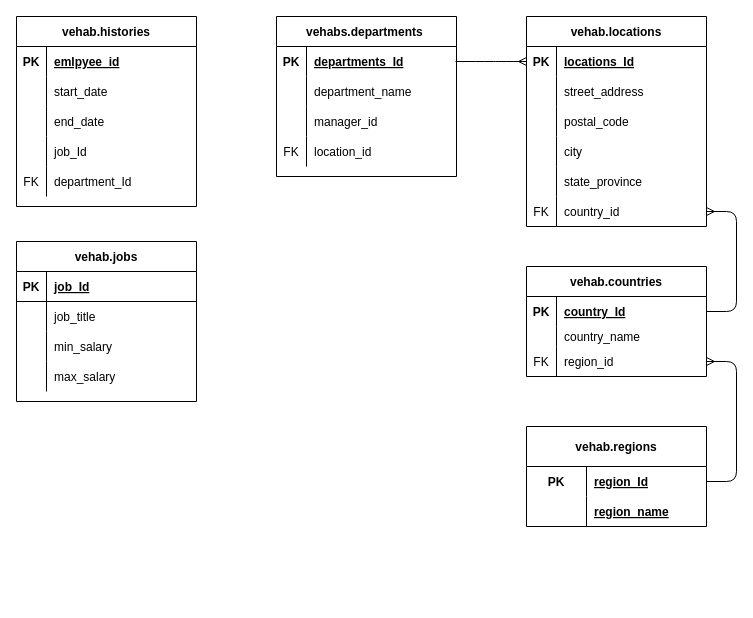
This is HT_ERD.drawio from VehabK/a07_erds, a draw.io file, before an edit. Source tidied: cells renumbered, new cells numbered last; positions are measured from the earlier drawing's top-left corner, leaving out a move shared by most shapes. Both pictures are drawn from the tidied source at 100%, with x=0, y=0 at pixel (16, 16).
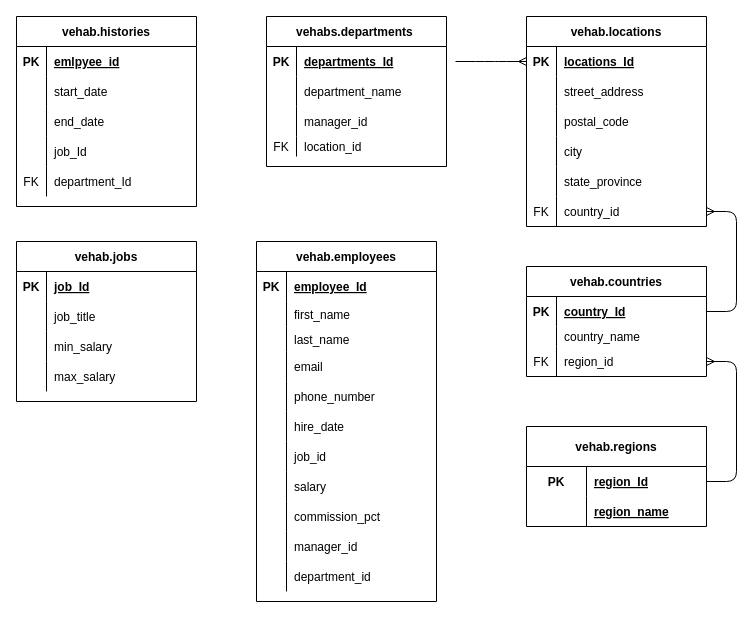
The same diagram, later.

Commit message:
added employees table

The change refers to these unchanged cells:
```xml
<mxCell id="70" value="vehab.jobs" style="shape=table;startSize=30;childLayout=tableLayout;rowLines=0;fontStyle=1;align=center;strokeColor=#000000;" parent="1" vertex="1">
  <mxGeometry y="225" width="180" height="160" as="geometry" />
</mxCell>
```

What changed in the source:
```diff
@@
     <mxCell id="40" value="vehabs.departments " style="shape=table;startSize=30;childLayout=tableLayout;rowLines=0;fontStyle=1;align=center;strokeColor=#000000;" parent="1" vertex="1">
-      <mxGeometry x="260" width="180" height="160" as="geometry" />
+      <mxGeometry x="250" width="180" height="150" as="geometry" />
     </mxCell>
@@
     <mxCell id="50" style="shape=partialRectangle;fillColor=none;top=0;left=0;bottom=0;right=0;" parent="40" vertex="1">
-      <mxGeometry y="120" width="180" height="30" as="geometry" />
+      <mxGeometry y="120" width="180" height="20" as="geometry" />
     </mxCell>
     <mxCell id="51" value="FK" style="shape=partialRectangle;fillColor=none;top=0;left=0;bottom=0;right=0;overflow=hidden;" parent="50" vertex="1">
-      <mxGeometry width="30" height="30" as="geometry" />
+      <mxGeometry width="30" height="20" as="geometry" />
     </mxCell>
     <mxCell id="52" value="location_id" style="shape=partialRectangle;fillColor=none;top=0;left=0;bottom=0;right=0;align=left;spacingLeft=6;overflow=hidden;" parent="50" vertex="1">
-      <mxGeometry x="30" width="150" height="30" as="geometry" />
+      <mxGeometry x="30" width="150" height="20" as="geometry" />
     </mxCell>
@@
-    <mxCell id="71" style="shape=partialRectangle;fillColor=none;top=0;left=0;bottom=1;right=0;" parent="70" vertex="1">
+    <mxCell id="71" style="shape=partialRectangle;fillColor=none;top=0;left=0;bottom=1;right=0;strokeColor=none;" parent="70" vertex="1">
       <mxGeometry y="30" width="180" height="30" as="geometry" />
     </mxCell>
@@
+    <mxCell id="83" value="vehab.employees" style="shape=table;startSize=30;childLayout=tableLayout;rowLines=0;fontStyle=1;align=center;strokeColor=#000000;" parent="1" vertex="1">
+      <mxGeometry x="240" y="225" width="180" height="360" as="geometry" />
+    </mxCell>
+    <mxCell id="84" style="shape=partialRectangle;fillColor=none;top=0;left=0;bottom=1;right=0;strokeColor=none;" parent="83" vertex="1">
+      <mxGeometry y="30" width="180" height="30" as="geometry" />
+    </mxCell>
+    <mxCell id="85" value="PK" style="shape=partialRectangle;fillColor=none;top=0;left=0;bottom=0;right=0;fontStyle=1;overflow=hidden;" parent="84" vertex="1">
+      <mxGeometry width="30" height="30" as="geometry" />
+    </mxCell>
+    <mxCell id="86" value="employee_Id" style="shape=partialRectangle;fillColor=none;top=0;left=0;bottom=0;right=0;align=left;spacingLeft=6;fontStyle=5;overflow=hidden;strokeColor=none;" parent="84" vertex="1">
+      <mxGeometry x="30" width="150" height="30" as="geometry" />
+    </mxCell>
+    <mxCell id="87" style="shape=partialRectangle;fillColor=none;top=0;left=0;bottom=0;right=0;" parent="83" vertex="1">
+      <mxGeometry y="60" width="180" height="25" as="geometry" />
+    </mxCell>
+    <mxCell id="88" style="shape=partialRectangle;fillColor=none;top=0;left=0;bottom=0;right=0;overflow=hidden;" parent="87" vertex="1">
+      <mxGeometry width="30" height="25" as="geometry" />
+    </mxCell>
+    <mxCell id="89" value="first_name" style="shape=partialRectangle;fillColor=none;top=0;left=0;bottom=0;right=0;align=left;spacingLeft=6;overflow=hidden;" parent="87" vertex="1">
+      <mxGeometry x="30" width="150" height="25" as="geometry" />
+    </mxCell>
+    <mxCell id="90" style="shape=partialRectangle;fillColor=none;top=0;left=0;bottom=0;right=0;" parent="83" vertex="1">
+      <mxGeometry y="85" width="180" height="25" as="geometry" />
+    </mxCell>
+    <mxCell id="91" style="shape=partialRectangle;fillColor=none;top=0;left=0;bottom=0;right=0;overflow=hidden;" parent="90" vertex="1">
+      <mxGeometry width="30" height="25" as="geometry" />
+    </mxCell>
+    <mxCell id="92" value="last_name" style="shape=partialRectangle;fillColor=none;top=0;left=0;bottom=0;right=0;align=left;spacingLeft=6;overflow=hidden;" parent="90" vertex="1">
+      <mxGeometry x="30" width="150" height="25" as="geometry" />
+    </mxCell>
+    <mxCell id="93" style="shape=partialRectangle;fillColor=none;top=0;left=0;bottom=0;right=0;" parent="83" vertex="1">
+      <mxGeometry y="110" width="180" height="30" as="geometry" />
+    </mxCell>
+    <mxCell id="94" style="shape=partialRectangle;fillColor=none;top=0;left=0;bottom=0;right=0;overflow=hidden;" parent="93" vertex="1">
+      <mxGeometry width="30" height="30" as="geometry" />
+    </mxCell>
+    <mxCell id="95" value="email" style="shape=partialRectangle;fillColor=none;top=0;left=0;bottom=0;right=0;align=left;spacingLeft=6;overflow=hidden;" parent="93" vertex="1">
+      <mxGeometry x="30" width="150" height="30" as="geometry" />
+    </mxCell>
+    <mxCell id="96" style="shape=partialRectangle;fillColor=none;top=0;left=0;bottom=0;right=0;" parent="83" vertex="1">
+      <mxGeometry y="140" width="180" height="30" as="geometry" />
+    </mxCell>
+    <mxCell id="97" style="shape=partialRectangle;fillColor=none;top=0;left=0;bottom=0;right=0;overflow=hidden;" parent="96" vertex="1">
+      <mxGeometry width="30" height="30" as="geometry" />
+    </mxCell>
+    <mxCell id="98" value="phone_number" style="shape=partialRectangle;fillColor=none;top=0;left=0;bottom=0;right=0;align=left;spacingLeft=6;overflow=hidden;" parent="96" vertex="1">
+      <mxGeometry x="30" width="150" height="30" as="geometry" />
+    </mxCell>
+    <mxCell id="99" style="shape=partialRectangle;fillColor=none;top=0;left=0;bottom=0;right=0;" parent="83" vertex="1">
+      <mxGeometry y="170" width="180" height="30" as="geometry" />
+    </mxCell>
+    <mxCell id="100" style="shape=partialRectangle;fillColor=none;top=0;left=0;bottom=0;right=0;overflow=hidden;" parent="99" vertex="1">
+      <mxGeometry width="30" height="30" as="geometry" />
+    </mxCell>
+    <mxCell id="101" value="hire_date" style="shape=partialRectangle;fillColor=none;top=0;left=0;bottom=0;right=0;align=left;spacingLeft=6;overflow=hidden;" parent="99" vertex="1">
+      <mxGeometry x="30" width="150" height="30" as="geometry" />
+    </mxCell>
+    <mxCell id="102" style="shape=partialRectangle;fillColor=none;top=0;left=0;bottom=0;right=0;" parent="83" vertex="1">
+      <mxGeometry y="200" width="180" height="30" as="geometry" />
+    </mxCell>
+    <mxCell id="103" style="shape=partialRectangle;fillColor=none;top=0;left=0;bottom=0;right=0;overflow=hidden;" parent="102" vertex="1">
+      <mxGeometry width="30" height="30" as="geometry" />
+    </mxCell>
+    <mxCell id="104" value="job_id" style="shape=partialRectangle;fillColor=none;top=0;left=0;bottom=0;right=0;align=left;spacingLeft=6;overflow=hidden;" parent="102" vertex="1">
+      <mxGeometry x="30" width="150" height="30" as="geometry" />
+    </mxCell>
+    <mxCell id="105" style="shape=partialRectangle;fillColor=none;top=0;left=0;bottom=0;right=0;" parent="83" vertex="1">
+      <mxGeometry y="230" width="180" height="30" as="geometry" />
+    </mxCell>
+    <mxCell id="106" style="shape=partialRectangle;fillColor=none;top=0;left=0;bottom=0;right=0;overflow=hidden;" parent="105" vertex="1">
+      <mxGeometry width="30" height="30" as="geometry" />
+    </mxCell>
+    <mxCell id="107" value="salary" style="shape=partialRectangle;fillColor=none;top=0;left=0;bottom=0;right=0;align=left;spacingLeft=6;overflow=hidden;" parent="105" vertex="1">
+      <mxGeometry x="30" width="150" height="30" as="geometry" />
+    </mxCell>
+    <mxCell id="108" style="shape=partialRectangle;fillColor=none;top=0;left=0;bottom=0;right=0;" parent="83" vertex="1">
+      <mxGeometry y="260" width="180" height="30" as="geometry" />
+    </mxCell>
+    <mxCell id="109" style="shape=partialRectangle;fillColor=none;top=0;left=0;bottom=0;right=0;overflow=hidden;" parent="108" vertex="1">
+      <mxGeometry width="30" height="30" as="geometry" />
+    </mxCell>
+    <mxCell id="110" value="commission_pct" style="shape=partialRectangle;fillColor=none;top=0;left=0;bottom=0;right=0;align=left;spacingLeft=6;overflow=hidden;" parent="108" vertex="1">
+      <mxGeometry x="30" width="150" height="30" as="geometry" />
+    </mxCell>
+    <mxCell id="111" style="shape=partialRectangle;fillColor=none;top=0;left=0;bottom=0;right=0;" parent="83" vertex="1">
+      <mxGeometry y="290" width="180" height="30" as="geometry" />
+    </mxCell>
+    <mxCell id="112" style="shape=partialRectangle;fillColor=none;top=0;left=0;bottom=0;right=0;overflow=hidden;" parent="111" vertex="1">
+      <mxGeometry width="30" height="30" as="geometry" />
+    </mxCell>
+    <mxCell id="113" value="manager_id" style="shape=partialRectangle;fillColor=none;top=0;left=0;bottom=0;right=0;align=left;spacingLeft=6;overflow=hidden;" parent="111" vertex="1">
+      <mxGeometry x="30" width="150" height="30" as="geometry" />
+    </mxCell>
+    <mxCell id="114" style="shape=partialRectangle;fillColor=none;top=0;left=0;bottom=0;right=0;" parent="83" vertex="1">
+      <mxGeometry y="320" width="180" height="30" as="geometry" />
+    </mxCell>
+    <mxCell id="115" style="shape=partialRectangle;fillColor=none;top=0;left=0;bottom=0;right=0;overflow=hidden;" parent="114" vertex="1">
+      <mxGeometry width="30" height="30" as="geometry" />
+    </mxCell>
+    <mxCell id="116" value="department_id" style="shape=partialRectangle;fillColor=none;top=0;left=0;bottom=0;right=0;align=left;spacingLeft=6;overflow=hidden;" parent="114" vertex="1">
+      <mxGeometry x="30" width="150" height="30" as="geometry" />
+    </mxCell>
```
